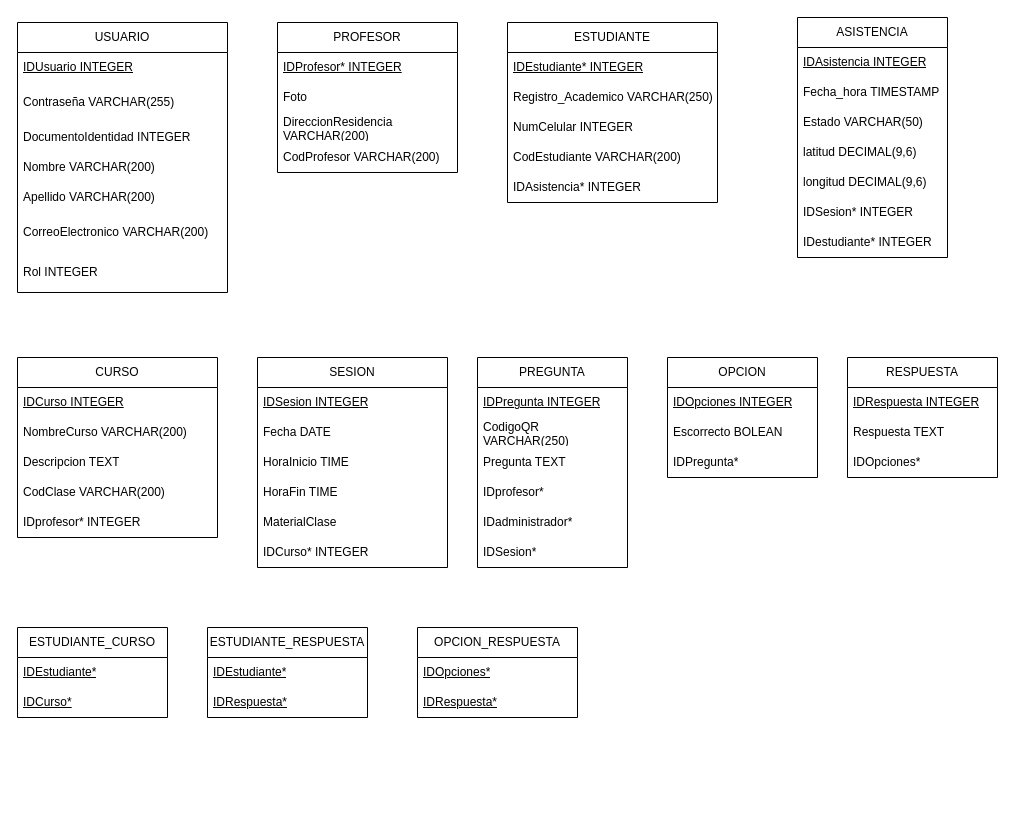
18luisc/Attenzio keeps this draw.io diagram as Attenzio Esquema Relacional_02.drawio. Above is the earlier version. Source tidied: cells renumbered, new cells numbered last; positions are measured from the earlier drawing's top-left corner, leaving out a move shared by most shapes. Both pictures are drawn from the tidied source at 100%, with x=0, y=0 at pixel (17, 17).
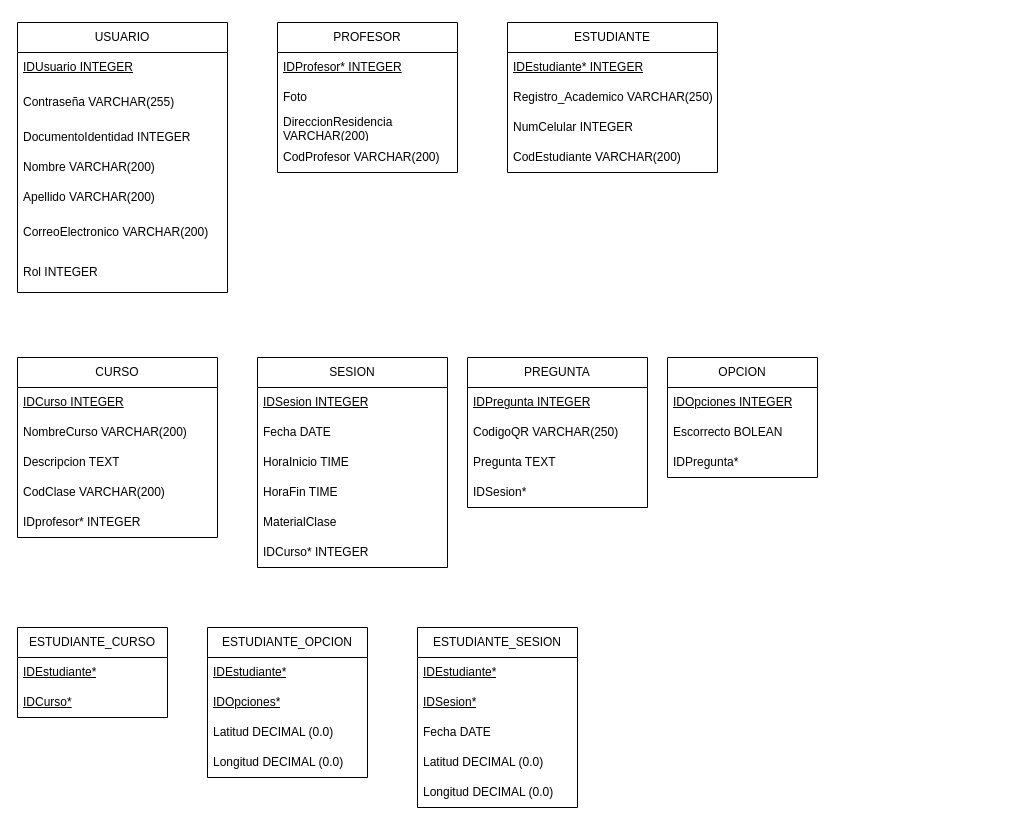
Above is the later version.

Commit message:
Actualización Retroalimentación

Diff of the diagram source:
```diff
@@
     <mxCell id="15" value="ESTUDIANTE" style="swimlane;fontStyle=0;horizontal=1;startSize=30;whiteSpace=wrap;html=1;" parent="1" vertex="1">
-      <mxGeometry x="490" y="5" width="210" height="180" as="geometry" />
+      <mxGeometry x="490" y="5" width="210" height="150" as="geometry" />
     </mxCell>
@@
-    <mxCell id="20" value="IDAsistencia* INTEGER" style="text;strokeColor=none;fillColor=none;align=left;verticalAlign=middle;spacingLeft=4;spacingRight=4;overflow=hidden;whiteSpace=wrap;html=1;" parent="15" vertex="1">
-      <mxGeometry y="150" width="210" height="30" as="geometry" />
-    </mxCell>
@@
     <mxCell id="27" value="PREGUNTA" style="swimlane;fontStyle=0;horizontal=1;startSize=30;whiteSpace=wrap;html=1;" parent="1" vertex="1">
-      <mxGeometry x="460" y="340" width="150" height="210" as="geometry" />
+      <mxGeometry x="450" y="340" width="180" height="150" as="geometry" />
     </mxCell>
     <mxCell id="28" value="&lt;u&gt;IDPregunta INTEGER&lt;/u&gt;" style="text;strokeColor=none;fillColor=none;align=left;verticalAlign=middle;spacingLeft=4;spacingRight=4;overflow=hidden;whiteSpace=wrap;html=1;" parent="27" vertex="1">
-      <mxGeometry y="30" width="150" height="30" as="geometry" />
+      <mxGeometry y="30" width="180" height="30" as="geometry" />
     </mxCell>
     <mxCell id="29" value="CodigoQR VARCHAR(250)" style="text;strokeColor=none;fillColor=none;align=left;verticalAlign=middle;spacingLeft=4;spacingRight=4;overflow=hidden;whiteSpace=wrap;html=1;" parent="27" vertex="1">
-      <mxGeometry y="60" width="150" height="30" as="geometry" />
+      <mxGeometry y="60" width="180" height="30" as="geometry" />
     </mxCell>
     <mxCell id="30" value="Pregunta TEXT" style="text;strokeColor=none;fillColor=none;align=left;verticalAlign=middle;spacingLeft=4;spacingRight=4;overflow=hidden;whiteSpace=wrap;html=1;" parent="27" vertex="1">
-      <mxGeometry y="90" width="150" height="30" as="geometry" />
+      <mxGeometry y="90" width="180" height="30" as="geometry" />
     </mxCell>
-    <mxCell id="31" value="IDprofesor*" style="text;strokeColor=none;fillColor=none;align=left;verticalAlign=middle;spacingLeft=4;spacingRight=4;overflow=hidden;whiteSpace=wrap;html=1;" parent="27" vertex="1">
-      <mxGeometry y="120" width="150" height="30" as="geometry" />
-    </mxCell>
-    <mxCell id="32" value="IDadministrador*" style="text;strokeColor=none;fillColor=none;align=left;verticalAlign=middle;spacingLeft=4;spacingRight=4;overflow=hidden;whiteSpace=wrap;html=1;" parent="27" vertex="1">
-      <mxGeometry y="150" width="150" height="30" as="geometry" />
-    </mxCell>
     <mxCell id="33" value="IDSesion*" style="text;strokeColor=none;fillColor=none;align=left;verticalAlign=middle;spacingLeft=4;spacingRight=4;overflow=hidden;whiteSpace=wrap;html=1;" parent="27" vertex="1">
-      <mxGeometry y="180" width="150" height="30" as="geometry" />
+      <mxGeometry y="120" width="180" height="30" as="geometry" />
     </mxCell>
-    <mxCell id="34" value="ASISTENCIA" style="swimlane;fontStyle=0;horizontal=1;startSize=30;whiteSpace=wrap;html=1;" parent="1" vertex="1">
-      <mxGeometry x="780" width="150" height="240" as="geometry" />
-    </mxCell>
-    <mxCell id="35" value="&lt;u&gt;IDAsistencia INTEGER&lt;/u&gt;" style="text;strokeColor=none;fillColor=none;align=left;verticalAlign=middle;spacingLeft=4;spacingRight=4;overflow=hidden;whiteSpace=wrap;html=1;" parent="34" vertex="1">
-      <mxGeometry y="30" width="150" height="30" as="geometry" />
-    </mxCell>
-    <mxCell id="36" value="Fecha_hora TIMESTAMP" style="text;strokeColor=none;fillColor=none;align=left;verticalAlign=middle;spacingLeft=4;spacingRight=4;overflow=hidden;whiteSpace=wrap;html=1;" parent="34" vertex="1">
-      <mxGeometry y="60" width="150" height="30" as="geometry" />
-    </mxCell>
-    <mxCell id="37" value="Estado VARCHAR(50)" style="text;strokeColor=none;fillColor=none;align=left;verticalAlign=middle;spacingLeft=4;spacingRight=4;overflow=hidden;whiteSpace=wrap;html=1;" parent="34" vertex="1">
-      <mxGeometry y="90" width="150" height="30" as="geometry" />
-    </mxCell>
-    <mxCell id="38" value="latitud DECIMAL(9,6)" style="text;strokeColor=none;fillColor=none;align=left;verticalAlign=middle;spacingLeft=4;spacingRight=4;overflow=hidden;whiteSpace=wrap;html=1;" parent="34" vertex="1">
-      <mxGeometry y="120" width="150" height="30" as="geometry" />
-    </mxCell>
-    <mxCell id="39" value="longitud DECIMAL(9,6)" style="text;strokeColor=none;fillColor=none;align=left;verticalAlign=middle;spacingLeft=4;spacingRight=4;overflow=hidden;whiteSpace=wrap;html=1;" parent="34" vertex="1">
-      <mxGeometry y="150" width="150" height="30" as="geometry" />
-    </mxCell>
-    <mxCell id="40" value="IDSesion* INTEGER" style="text;strokeColor=none;fillColor=none;align=left;verticalAlign=middle;spacingLeft=4;spacingRight=4;overflow=hidden;whiteSpace=wrap;html=1;" parent="34" vertex="1">
-      <mxGeometry y="180" width="150" height="30" as="geometry" />
-    </mxCell>
-    <mxCell id="41" value="IDestudiante* INTEGER" style="text;strokeColor=none;fillColor=none;align=left;verticalAlign=middle;spacingLeft=4;spacingRight=4;overflow=hidden;whiteSpace=wrap;html=1;" parent="34" vertex="1">
-      <mxGeometry y="210" width="150" height="30" as="geometry" />
-    </mxCell>
@@
-    <mxCell id="45" value="ESTUDIANTE_RESPUESTA" style="swimlane;fontStyle=0;horizontal=1;startSize=30;whiteSpace=wrap;html=1;" parent="1" vertex="1">
-      <mxGeometry x="190" y="610" width="160" height="90" as="geometry" />
+    <mxCell id="45" value="ESTUDIANTE_OPCION" style="swimlane;fontStyle=0;horizontal=1;startSize=30;whiteSpace=wrap;html=1;" parent="1" vertex="1">
+      <mxGeometry x="190" y="610" width="160" height="150" as="geometry" />
     </mxCell>
@@
-    <mxCell id="47" value="&lt;u&gt;IDRespuesta*&lt;/u&gt;" style="text;strokeColor=none;fillColor=none;align=left;verticalAlign=middle;spacingLeft=4;spacingRight=4;overflow=hidden;whiteSpace=wrap;html=1;" parent="45" vertex="1">
-      <mxGeometry y="60" width="160" height="30" as="geometry" />
-    </mxCell>
+    <mxCell id="58" value="&lt;u&gt;IDOpciones*&lt;/u&gt;" style="text;strokeColor=none;fillColor=none;align=left;verticalAlign=middle;spacingLeft=4;spacingRight=4;overflow=hidden;whiteSpace=wrap;html=1;" parent="45" vertex="1">
+      <mxGeometry y="60" width="160" height="30" as="geometry" />
+    </mxCell>
+    <mxCell id="66" value="Latitud DECIMAL (0.0)" style="text;strokeColor=none;fillColor=none;align=left;verticalAlign=middle;spacingLeft=4;spacingRight=4;overflow=hidden;whiteSpace=wrap;html=1;" parent="45" vertex="1">
+      <mxGeometry y="90" width="160" height="30" as="geometry" />
+    </mxCell>
+    <mxCell id="67" value="Longitud DECIMAL (0.0)" style="text;strokeColor=none;fillColor=none;align=left;verticalAlign=middle;spacingLeft=4;spacingRight=4;overflow=hidden;whiteSpace=wrap;html=1;" parent="45" vertex="1">
+      <mxGeometry y="120" width="160" height="30" as="geometry" />
+    </mxCell>
@@
-    <mxCell id="55" value="RESPUESTA" style="swimlane;fontStyle=0;horizontal=1;startSize=30;whiteSpace=wrap;html=1;" parent="1" vertex="1">
-      <mxGeometry x="830" y="340" width="150" height="120" as="geometry" />
-    </mxCell>
-    <mxCell id="56" value="&lt;u&gt;IDRespuesta INTEGER&lt;/u&gt;" style="text;strokeColor=none;fillColor=none;align=left;verticalAlign=middle;spacingLeft=4;spacingRight=4;overflow=hidden;whiteSpace=wrap;html=1;" parent="55" vertex="1">
-      <mxGeometry y="30" width="150" height="30" as="geometry" />
-    </mxCell>
-    <mxCell id="57" value="Respuesta TEXT" style="text;strokeColor=none;fillColor=none;align=left;verticalAlign=middle;spacingLeft=4;spacingRight=4;overflow=hidden;whiteSpace=wrap;html=1;" parent="55" vertex="1">
-      <mxGeometry y="60" width="150" height="30" as="geometry" />
-    </mxCell>
-    <mxCell id="58" value="IDOpciones*" style="text;strokeColor=none;fillColor=none;align=left;verticalAlign=middle;spacingLeft=4;spacingRight=4;overflow=hidden;whiteSpace=wrap;html=1;" parent="55" vertex="1">
-      <mxGeometry y="90" width="150" height="30" as="geometry" />
-    </mxCell>
@@
-    <mxCell id="63" value="OPCION_RESPUESTA" style="swimlane;fontStyle=0;horizontal=1;startSize=30;whiteSpace=wrap;html=1;" parent="1" vertex="1">
-      <mxGeometry x="400" y="610" width="160" height="90" as="geometry" />
+    <mxCell id="63" value="ESTUDIANTE_SESION" style="swimlane;fontStyle=0;horizontal=1;startSize=30;whiteSpace=wrap;html=1;" parent="1" vertex="1">
+      <mxGeometry x="400" y="610" width="160" height="180" as="geometry" />
     </mxCell>
-    <mxCell id="64" value="&lt;u&gt;IDOpciones*&lt;/u&gt;" style="text;strokeColor=none;fillColor=none;align=left;verticalAlign=middle;spacingLeft=4;spacingRight=4;overflow=hidden;whiteSpace=wrap;html=1;" parent="63" vertex="1">
+    <mxCell id="64" value="&lt;u&gt;IDEstudiante*&lt;/u&gt;" style="text;strokeColor=none;fillColor=none;align=left;verticalAlign=middle;spacingLeft=4;spacingRight=4;overflow=hidden;whiteSpace=wrap;html=1;" parent="63" vertex="1">
       <mxGeometry y="30" width="160" height="30" as="geometry" />
     </mxCell>
-    <mxCell id="65" value="&lt;u&gt;IDRespuesta*&lt;/u&gt;" style="text;strokeColor=none;fillColor=none;align=left;verticalAlign=middle;spacingLeft=4;spacingRight=4;overflow=hidden;whiteSpace=wrap;html=1;" parent="63" vertex="1">
+    <mxCell id="65" value="&lt;u&gt;IDSesion*&lt;/u&gt;" style="text;strokeColor=none;fillColor=none;align=left;verticalAlign=middle;spacingLeft=4;spacingRight=4;overflow=hidden;whiteSpace=wrap;html=1;" parent="63" vertex="1">
       <mxGeometry y="60" width="160" height="30" as="geometry" />
     </mxCell>
+    <mxCell id="68" value="Fecha DATE" style="text;strokeColor=none;fillColor=none;align=left;verticalAlign=middle;spacingLeft=4;spacingRight=4;overflow=hidden;whiteSpace=wrap;html=1;" parent="63" vertex="1">
+      <mxGeometry y="90" width="160" height="30" as="geometry" />
+    </mxCell>
+    <mxCell id="69" value="Latitud DECIMAL (0.0)" style="text;strokeColor=none;fillColor=none;align=left;verticalAlign=middle;spacingLeft=4;spacingRight=4;overflow=hidden;whiteSpace=wrap;html=1;" parent="63" vertex="1">
+      <mxGeometry y="120" width="160" height="30" as="geometry" />
+    </mxCell>
+    <mxCell id="70" value="Longitud DECIMAL (0.0)" style="text;strokeColor=none;fillColor=none;align=left;verticalAlign=middle;spacingLeft=4;spacingRight=4;overflow=hidden;whiteSpace=wrap;html=1;" parent="63" vertex="1">
+      <mxGeometry y="150" width="160" height="30" as="geometry" />
+    </mxCell>
```
